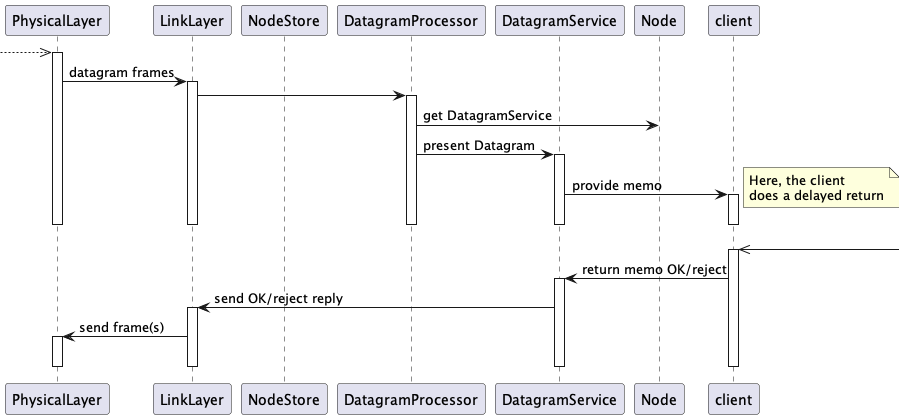
Earlier version of the PlantUML export ReceiveDatagramDelayInteractions.png (bobjacobsen/OpenlcbLibrary). Source of this version:
```plantuml
@startuml

participant PhysicalLayer
participant LinkLayer
participant NodeStore
participant DatagramProcessor
participant DatagramService
participant Node
participant client

-->> PhysicalLayer
activate PhysicalLayer
PhysicalLayer -> LinkLayer : datagram frames
activate LinkLayer
LinkLayer -> DatagramProcessor

activate DatagramProcessor
DatagramProcessor -> Node : get DatagramService
DatagramProcessor -> DatagramService : present Datagram

activate DatagramService
DatagramService -> client : provide memo
note right: Here, the client\ndoes a delayed return
activate client
deactivate client

deactivate DatagramService
deactivate DatagramProcessor
deactivate LinkLayer
deactivate PhysicalLayer

client <<-
activate client
client -> DatagramService : return memo OK/reject
activate DatagramService

DatagramService -> LinkLayer : send OK/reject reply
activate LinkLayer
LinkLayer -> PhysicalLayer : send frame(s)
activate PhysicalLayer
deactivate PhysicalLayer
deactivate LinkLayer

deactivate DatagramService

deactivate client
@enduml
```
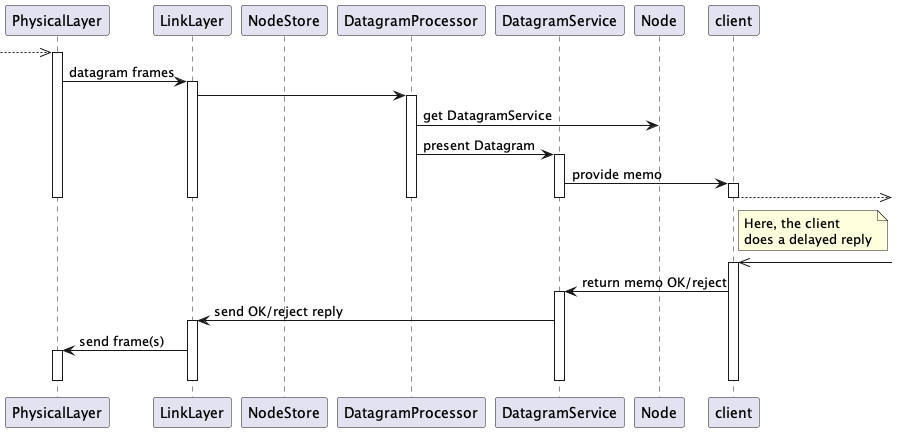
Above is the later version.

What changed in the source:
```diff
@@ -20,8 +20,9 @@
 
 activate DatagramService
 DatagramService -> client : provide memo
-note right: Here, the client\ndoes a delayed return
 activate client
+client -->>
+note right of client: Here, the client\ndoes a delayed reply
 deactivate client
 
 deactivate DatagramService
```
